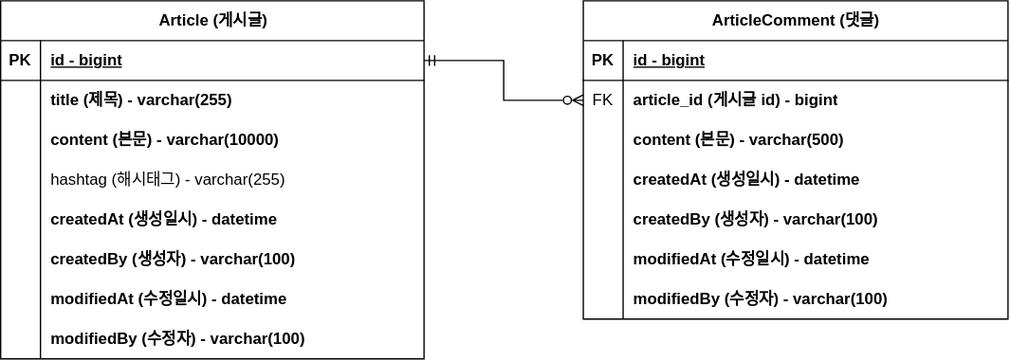
Before: document/project-board-erd.svg, a diagram exported from draw.io (peg5325/spring-board). Source tidied: cells renumbered, new cells last; positions are measured from the earlier drawing's top-left corner, leaving out a move shared by most shapes.
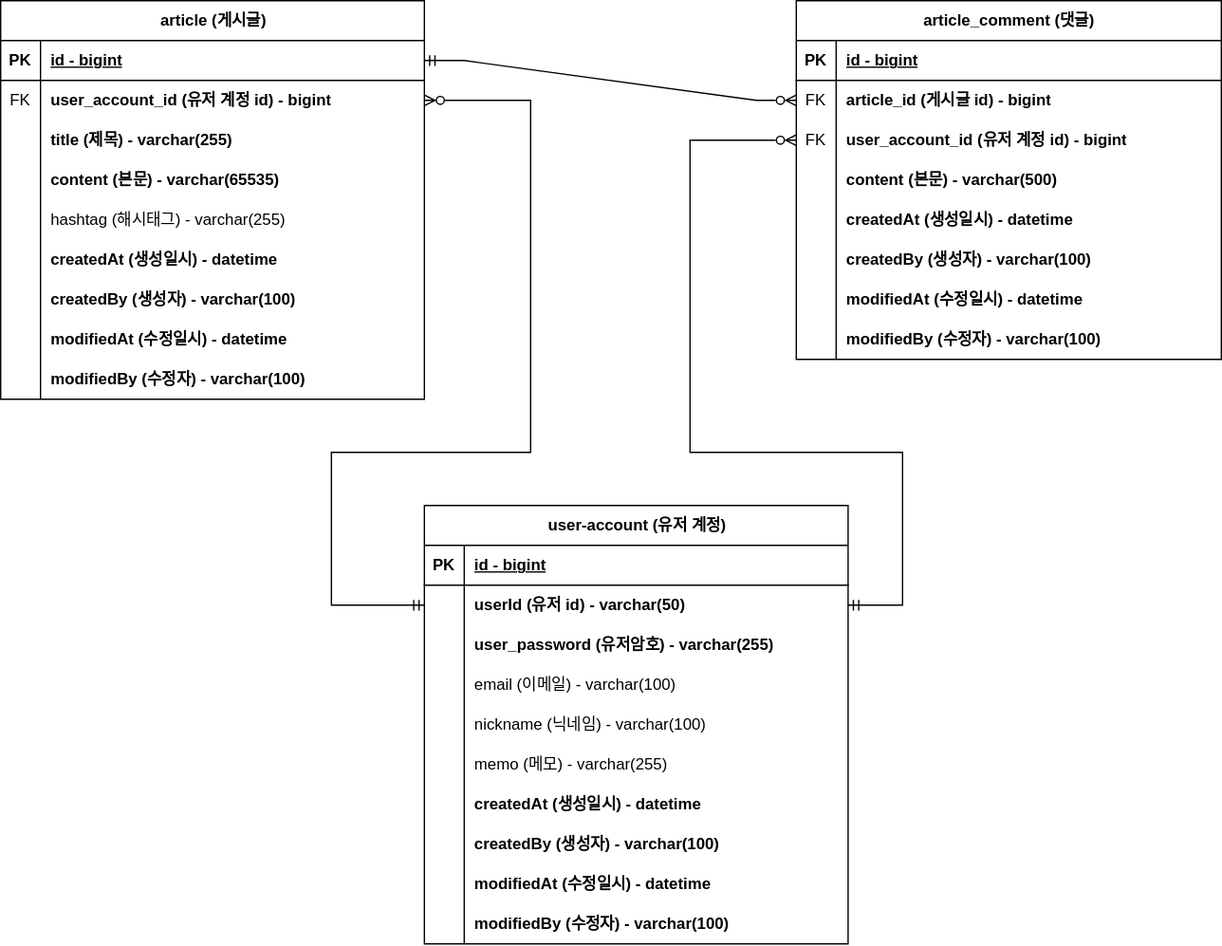
After the commit.

Commit message:
#17 - 회원 계정 도메인 구현 및 ERD 반영

Change to the diagram source:
```diff
@@ -4,4 +4,4 @@
     <mxCell id="1" parent="0" />
-    <mxCell id="2" value="Article (게시글)" style="shape=table;startSize=30;rowLines=0;fontStyle=1;align=center;html=1;" parent="1" vertex="1">
-      <mxGeometry width="319" height="270" as="geometry" />
+    <mxCell id="2" value="article (게시글)" style="shape=table;startSize=30;rowLines=0;fontStyle=1;align=center;html=1;" parent="1" vertex="1">
+      <mxGeometry width="319" height="300" as="geometry" />
     </mxCell>
@@ -19,10 +19,19 @@
     </mxCell>
-    <mxCell id="7" style="shape=partialRectangle;fillColor=none;top=0;left=0;bottom=0;right=0;overflow=hidden;whiteSpace=wrap;html=1;" parent="6" vertex="1">
+    <mxCell id="7" value="FK" style="shape=partialRectangle;fillColor=none;top=0;left=0;bottom=0;right=0;overflow=hidden;whiteSpace=wrap;html=1;" parent="6" vertex="1">
       <mxGeometry width="30" height="30" as="geometry" />
     </mxCell>
-    <mxCell id="8" value="title (제목) - varchar(255)" style="shape=partialRectangle;fillColor=none;top=0;left=0;bottom=0;right=0;align=left;spacingLeft=6;overflow=hidden;whiteSpace=wrap;html=1;fontStyle=1;" parent="6" vertex="1">
+    <mxCell id="8" value="user_account_id (유저 계정 id) - bigint" style="shape=partialRectangle;fillColor=none;top=0;left=0;bottom=0;right=0;align=left;spacingLeft=6;overflow=hidden;whiteSpace=wrap;html=1;fontStyle=1;" parent="6" vertex="1">
       <mxGeometry x="30" width="289" height="30" as="geometry" />
     </mxCell>
+    <mxCell id="50" style="shape=tableRow;horizontal=0;startSize=0;swimlaneHead=0;swimlaneBody=0;fillColor=none;top=0;left=0;right=0;bottom=0;" parent="2" vertex="1">
+      <mxGeometry y="90" width="319" height="30" as="geometry" />
+    </mxCell>
+    <mxCell id="51" style="shape=partialRectangle;fillColor=none;top=0;left=0;bottom=0;right=0;overflow=hidden;whiteSpace=wrap;html=1;" parent="50" vertex="1">
+      <mxGeometry width="30" height="30" as="geometry" />
+    </mxCell>
+    <mxCell id="52" value="title (제목) - varchar(255)" style="shape=partialRectangle;fillColor=none;top=0;left=0;bottom=0;right=0;align=left;spacingLeft=6;overflow=hidden;whiteSpace=wrap;html=1;fontStyle=1;" parent="50" vertex="1">
+      <mxGeometry x="30" width="289" height="30" as="geometry" />
+    </mxCell>
     <mxCell id="9" style="shape=tableRow;horizontal=0;startSize=0;swimlaneHead=0;swimlaneBody=0;fillColor=none;top=0;left=0;right=0;bottom=0;" parent="2" vertex="1">
-      <mxGeometry y="90" width="319" height="30" as="geometry" />
+      <mxGeometry y="120" width="319" height="30" as="geometry" />
     </mxCell>
@@ -31,3 +40,3 @@
     </mxCell>
-    <mxCell id="11" value="content (본문) - varchar(10000)" style="shape=partialRectangle;fillColor=none;top=0;left=0;bottom=0;right=0;align=left;spacingLeft=6;overflow=hidden;whiteSpace=wrap;html=1;fontStyle=1;" parent="9" vertex="1">
+    <mxCell id="11" value="content (본문) - varchar(65535)" style="shape=partialRectangle;fillColor=none;top=0;left=0;bottom=0;right=0;align=left;spacingLeft=6;overflow=hidden;whiteSpace=wrap;html=1;fontStyle=1;" parent="9" vertex="1">
       <mxGeometry x="30" width="289" height="30" as="geometry" />
@@ -35,3 +44,3 @@
     <mxCell id="12" style="shape=tableRow;horizontal=0;startSize=0;swimlaneHead=0;swimlaneBody=0;fillColor=none;top=0;left=0;right=0;bottom=0;" parent="2" vertex="1">
-      <mxGeometry y="120" width="319" height="30" as="geometry" />
+      <mxGeometry y="150" width="319" height="30" as="geometry" />
     </mxCell>
@@ -44,3 +53,3 @@
     <mxCell id="15" style="shape=tableRow;horizontal=0;startSize=0;swimlaneHead=0;swimlaneBody=0;fillColor=none;top=0;left=0;right=0;bottom=0;" parent="2" vertex="1">
-      <mxGeometry y="150" width="319" height="30" as="geometry" />
+      <mxGeometry y="180" width="319" height="30" as="geometry" />
     </mxCell>
@@ -53,3 +62,3 @@
     <mxCell id="18" style="shape=tableRow;horizontal=0;startSize=0;swimlaneHead=0;swimlaneBody=0;fillColor=none;top=0;left=0;right=0;bottom=0;" parent="2" vertex="1">
-      <mxGeometry y="180" width="319" height="30" as="geometry" />
+      <mxGeometry y="210" width="319" height="30" as="geometry" />
     </mxCell>
@@ -62,3 +71,3 @@
     <mxCell id="21" style="shape=tableRow;horizontal=0;startSize=0;swimlaneHead=0;swimlaneBody=0;fillColor=none;top=0;left=0;right=0;bottom=0;" parent="2" vertex="1">
-      <mxGeometry y="210" width="319" height="30" as="geometry" />
+      <mxGeometry y="240" width="319" height="30" as="geometry" />
     </mxCell>
@@ -71,3 +80,3 @@
     <mxCell id="24" style="shape=tableRow;horizontal=0;startSize=0;swimlaneHead=0;swimlaneBody=0;fillColor=none;top=0;left=0;right=0;bottom=0;" parent="2" vertex="1">
-      <mxGeometry y="240" width="319" height="30" as="geometry" />
+      <mxGeometry y="270" width="319" height="30" as="geometry" />
     </mxCell>
@@ -79,4 +88,4 @@
     </mxCell>
-    <mxCell id="27" value="ArticleComment (댓글)" style="shape=table;startSize=30;rowLines=0;fontStyle=1;align=center;html=1;" parent="1" vertex="1">
-      <mxGeometry x="439" width="320" height="240" as="geometry" />
+    <mxCell id="27" value="article_comment (댓글)" style="shape=table;startSize=30;rowLines=0;fontStyle=1;align=center;html=1;" parent="1" vertex="1">
+      <mxGeometry x="599" width="320" height="270" as="geometry" />
     </mxCell>
@@ -100,4 +109,13 @@
     </mxCell>
+    <mxCell id="53" style="shape=tableRow;horizontal=0;startSize=0;swimlaneHead=0;swimlaneBody=0;fillColor=none;points=[[0,0.5],[1,0.5]];portConstraint=eastwest;top=0;left=0;right=0;bottom=0;" parent="27" vertex="1">
+      <mxGeometry y="90" width="320" height="30" as="geometry" />
+    </mxCell>
+    <mxCell id="54" value="FK" style="shape=partialRectangle;fillColor=none;top=0;left=0;bottom=0;right=0;overflow=hidden;whiteSpace=wrap;html=1;" parent="53" vertex="1">
+      <mxGeometry width="30" height="30" as="geometry" />
+    </mxCell>
+    <mxCell id="55" value="user_account_id (유저 계정 id) - bigint" style="shape=partialRectangle;fillColor=none;top=0;left=0;bottom=0;right=0;align=left;spacingLeft=6;overflow=hidden;whiteSpace=wrap;html=1;fontStyle=1;" parent="53" vertex="1">
+      <mxGeometry x="30" width="290" height="30" as="geometry" />
+    </mxCell>
     <mxCell id="34" style="shape=tableRow;horizontal=0;startSize=0;swimlaneHead=0;swimlaneBody=0;fillColor=none;top=0;left=0;right=0;bottom=0;" parent="27" vertex="1">
-      <mxGeometry y="90" width="320" height="30" as="geometry" />
+      <mxGeometry y="120" width="320" height="30" as="geometry" />
     </mxCell>
@@ -110,3 +128,3 @@
     <mxCell id="37" style="shape=tableRow;horizontal=0;startSize=0;swimlaneHead=0;swimlaneBody=0;fillColor=none;top=0;left=0;right=0;bottom=0;" parent="27" vertex="1">
-      <mxGeometry y="120" width="320" height="30" as="geometry" />
+      <mxGeometry y="150" width="320" height="30" as="geometry" />
     </mxCell>
@@ -119,3 +137,3 @@
     <mxCell id="40" style="shape=tableRow;horizontal=0;startSize=0;swimlaneHead=0;swimlaneBody=0;fillColor=none;top=0;left=0;right=0;bottom=0;" parent="27" vertex="1">
-      <mxGeometry y="150" width="320" height="30" as="geometry" />
+      <mxGeometry y="180" width="320" height="30" as="geometry" />
     </mxCell>
@@ -128,3 +146,3 @@
     <mxCell id="43" style="shape=tableRow;horizontal=0;startSize=0;swimlaneHead=0;swimlaneBody=0;fillColor=none;top=0;left=0;right=0;bottom=0;" parent="27" vertex="1">
-      <mxGeometry y="180" width="320" height="30" as="geometry" />
+      <mxGeometry y="210" width="320" height="30" as="geometry" />
     </mxCell>
@@ -137,3 +155,3 @@
     <mxCell id="46" style="shape=tableRow;horizontal=0;startSize=0;swimlaneHead=0;swimlaneBody=0;fillColor=none;top=0;left=0;right=0;bottom=0;" parent="27" vertex="1">
-      <mxGeometry y="210" width="320" height="30" as="geometry" />
+      <mxGeometry y="240" width="320" height="30" as="geometry" />
     </mxCell>
@@ -145,5 +163,118 @@
     </mxCell>
-    <mxCell id="49" style="edgeStyle=orthogonalEdgeStyle;rounded=0;jettySize=auto;html=1;exitX=1;exitY=0.5;exitDx=0;exitDy=0;entryX=0;entryY=0.5;entryDx=0;entryDy=0;endArrow=ERzeroToMany;endFill=0;startArrow=ERmandOne;startFill=0;" parent="1" edge="1" source="3" target="31">
+    <mxCell id="49" style="rounded=0;jettySize=auto;html=1;exitX=1;exitY=0.5;exitDx=0;exitDy=0;entryX=0;entryY=0.5;entryDx=0;entryDy=0;endArrow=ERzeroToMany;endFill=0;startArrow=ERmandOne;startFill=0;edgeStyle=entityRelationEdgeStyle;elbow=vertical;" parent="1" edge="1" source="3" target="31">
       <mxGeometry relative="1" as="geometry" />
     </mxCell>
+    <mxCell id="56" value="user-account (유저 계정)" style="shape=table;startSize=30;rowLines=0;fontStyle=1;align=center;html=1;" parent="1" vertex="1">
+      <mxGeometry x="319" y="380" width="319" height="330" as="geometry" />
+    </mxCell>
+    <mxCell id="57" style="shape=tableRow;horizontal=0;startSize=0;swimlaneHead=0;swimlaneBody=0;fillColor=none;top=0;left=0;right=0;bottom=1;" parent="56" vertex="1">
+      <mxGeometry y="30" width="319" height="30" as="geometry" />
+    </mxCell>
+    <mxCell id="58" value="PK" style="shape=partialRectangle;fillColor=none;top=0;left=0;bottom=0;right=0;fontStyle=1;overflow=hidden;whiteSpace=wrap;html=1;" parent="57" vertex="1">
+      <mxGeometry width="30" height="30" as="geometry" />
+    </mxCell>
+    <mxCell id="59" value="id - bigint" style="shape=partialRectangle;fillColor=none;top=0;left=0;bottom=0;right=0;align=left;spacingLeft=6;fontStyle=5;overflow=hidden;whiteSpace=wrap;html=1;" parent="57" vertex="1">
+      <mxGeometry x="30" width="289" height="30" as="geometry" />
+    </mxCell>
+    <mxCell id="60" style="shape=tableRow;horizontal=0;startSize=0;swimlaneHead=0;swimlaneBody=0;fillColor=none;points=[[0,0.5],[1,0.5]];portConstraint=eastwest;top=0;left=0;right=0;bottom=0;" parent="56" vertex="1">
+      <mxGeometry y="60" width="319" height="30" as="geometry" />
+    </mxCell>
+    <mxCell id="61" style="shape=partialRectangle;fillColor=none;top=0;left=0;bottom=0;right=0;overflow=hidden;whiteSpace=wrap;html=1;" parent="60" vertex="1">
+      <mxGeometry width="30" height="30" as="geometry" />
+    </mxCell>
+    <mxCell id="62" value="userId (유저 id) - varchar(50)" style="shape=partialRectangle;fillColor=none;top=0;left=0;bottom=0;right=0;align=left;spacingLeft=6;overflow=hidden;whiteSpace=wrap;html=1;fontStyle=1;" parent="60" vertex="1">
+      <mxGeometry x="30" width="289" height="30" as="geometry" />
+    </mxCell>
+    <mxCell id="63" style="shape=tableRow;horizontal=0;startSize=0;swimlaneHead=0;swimlaneBody=0;fillColor=none;top=0;left=0;right=0;bottom=0;" parent="56" vertex="1">
+      <mxGeometry y="90" width="319" height="30" as="geometry" />
+    </mxCell>
+    <mxCell id="64" style="shape=partialRectangle;fillColor=none;top=0;left=0;bottom=0;right=0;overflow=hidden;whiteSpace=wrap;html=1;" parent="63" vertex="1">
+      <mxGeometry width="30" height="30" as="geometry" />
+    </mxCell>
+    <mxCell id="65" value="user_password (유저암호) - varchar(255)" style="shape=partialRectangle;fillColor=none;top=0;left=0;bottom=0;right=0;align=left;spacingLeft=6;overflow=hidden;whiteSpace=wrap;html=1;fontStyle=1;" parent="63" vertex="1">
+      <mxGeometry x="30" width="289" height="30" as="geometry" />
+    </mxCell>
+    <mxCell id="66" style="shape=tableRow;horizontal=0;startSize=0;swimlaneHead=0;swimlaneBody=0;fillColor=none;top=0;left=0;right=0;bottom=0;" parent="56" vertex="1">
+      <mxGeometry y="120" width="319" height="30" as="geometry" />
+    </mxCell>
+    <mxCell id="67" style="shape=partialRectangle;fillColor=none;top=0;left=0;bottom=0;right=0;overflow=hidden;whiteSpace=wrap;html=1;" parent="66" vertex="1">
+      <mxGeometry width="30" height="30" as="geometry" />
+    </mxCell>
+    <mxCell id="68" value="email (이메일) - varchar(100)" style="shape=partialRectangle;fillColor=none;top=0;left=0;bottom=0;right=0;align=left;spacingLeft=6;overflow=hidden;whiteSpace=wrap;html=1;" parent="66" vertex="1">
+      <mxGeometry x="30" width="289" height="30" as="geometry" />
+    </mxCell>
+    <mxCell id="69" style="shape=tableRow;horizontal=0;startSize=0;swimlaneHead=0;swimlaneBody=0;fillColor=none;top=0;left=0;right=0;bottom=0;" parent="56" vertex="1">
+      <mxGeometry y="150" width="319" height="30" as="geometry" />
+    </mxCell>
+    <mxCell id="70" style="shape=partialRectangle;fillColor=none;top=0;left=0;bottom=0;right=0;overflow=hidden;whiteSpace=wrap;html=1;" parent="69" vertex="1">
+      <mxGeometry width="30" height="30" as="geometry" />
+    </mxCell>
+    <mxCell id="71" value="nickname (닉네임) - varchar(100)" style="shape=partialRectangle;fillColor=none;top=0;left=0;bottom=0;right=0;align=left;spacingLeft=6;overflow=hidden;whiteSpace=wrap;html=1;" parent="69" vertex="1">
+      <mxGeometry x="30" width="289" height="30" as="geometry" />
+    </mxCell>
+    <mxCell id="72" style="shape=tableRow;horizontal=0;startSize=0;swimlaneHead=0;swimlaneBody=0;fillColor=none;top=0;left=0;right=0;bottom=0;" parent="56" vertex="1">
+      <mxGeometry y="180" width="319" height="30" as="geometry" />
+    </mxCell>
+    <mxCell id="73" style="shape=partialRectangle;fillColor=none;top=0;left=0;bottom=0;right=0;overflow=hidden;whiteSpace=wrap;html=1;" parent="72" vertex="1">
+      <mxGeometry width="30" height="30" as="geometry" />
+    </mxCell>
+    <mxCell id="74" value="memo (메모) - varchar(255)" style="shape=partialRectangle;fillColor=none;top=0;left=0;bottom=0;right=0;align=left;spacingLeft=6;overflow=hidden;whiteSpace=wrap;html=1;" parent="72" vertex="1">
+      <mxGeometry x="30" width="289" height="30" as="geometry" />
+    </mxCell>
+    <mxCell id="75" style="shape=tableRow;horizontal=0;startSize=0;swimlaneHead=0;swimlaneBody=0;fillColor=none;top=0;left=0;right=0;bottom=0;" parent="56" vertex="1">
+      <mxGeometry y="210" width="319" height="30" as="geometry" />
+    </mxCell>
+    <mxCell id="76" style="shape=partialRectangle;fillColor=none;top=0;left=0;bottom=0;right=0;overflow=hidden;whiteSpace=wrap;html=1;" parent="75" vertex="1">
+      <mxGeometry width="30" height="30" as="geometry" />
+    </mxCell>
+    <mxCell id="77" value="createdAt (생성일시) - datetime" style="shape=partialRectangle;fillColor=none;top=0;left=0;bottom=0;right=0;align=left;spacingLeft=6;overflow=hidden;whiteSpace=wrap;html=1;fontStyle=1;" parent="75" vertex="1">
+      <mxGeometry x="30" width="289" height="30" as="geometry" />
+    </mxCell>
+    <mxCell id="78" style="shape=tableRow;horizontal=0;startSize=0;swimlaneHead=0;swimlaneBody=0;fillColor=none;top=0;left=0;right=0;bottom=0;" parent="56" vertex="1">
+      <mxGeometry y="240" width="319" height="30" as="geometry" />
+    </mxCell>
+    <mxCell id="79" style="shape=partialRectangle;fillColor=none;top=0;left=0;bottom=0;right=0;overflow=hidden;whiteSpace=wrap;html=1;" parent="78" vertex="1">
+      <mxGeometry width="30" height="30" as="geometry" />
+    </mxCell>
+    <mxCell id="80" value="createdBy (생성자) - varchar(100)" style="shape=partialRectangle;fillColor=none;top=0;left=0;bottom=0;right=0;align=left;spacingLeft=6;overflow=hidden;whiteSpace=wrap;html=1;fontStyle=1;" parent="78" vertex="1">
+      <mxGeometry x="30" width="289" height="30" as="geometry" />
+    </mxCell>
+    <mxCell id="81" style="shape=tableRow;horizontal=0;startSize=0;swimlaneHead=0;swimlaneBody=0;fillColor=none;top=0;left=0;right=0;bottom=0;" parent="56" vertex="1">
+      <mxGeometry y="270" width="319" height="30" as="geometry" />
+    </mxCell>
+    <mxCell id="82" style="shape=partialRectangle;fillColor=none;top=0;left=0;bottom=0;right=0;overflow=hidden;whiteSpace=wrap;html=1;" parent="81" vertex="1">
+      <mxGeometry width="30" height="30" as="geometry" />
+    </mxCell>
+    <mxCell id="83" value="modifiedAt (수정일시) - datetime" style="shape=partialRectangle;fillColor=none;top=0;left=0;bottom=0;right=0;align=left;spacingLeft=6;overflow=hidden;whiteSpace=wrap;html=1;fontStyle=1;" parent="81" vertex="1">
+      <mxGeometry x="30" width="289" height="30" as="geometry" />
+    </mxCell>
+    <mxCell id="84" style="shape=tableRow;horizontal=0;startSize=0;swimlaneHead=0;swimlaneBody=0;fillColor=none;top=0;left=0;right=0;bottom=0;" parent="56" vertex="1">
+      <mxGeometry y="300" width="319" height="30" as="geometry" />
+    </mxCell>
+    <mxCell id="85" style="shape=partialRectangle;fillColor=none;top=0;left=0;bottom=0;right=0;overflow=hidden;whiteSpace=wrap;html=1;" parent="84" vertex="1">
+      <mxGeometry width="30" height="30" as="geometry" />
+    </mxCell>
+    <mxCell id="86" value="modifiedBy (수정자) - varchar(100)" style="shape=partialRectangle;fillColor=none;top=0;left=0;bottom=0;right=0;align=left;spacingLeft=6;overflow=hidden;whiteSpace=wrap;html=1;fontStyle=1;" parent="84" vertex="1">
+      <mxGeometry x="30" width="289" height="30" as="geometry" />
+    </mxCell>
+    <mxCell id="87" style="edgeStyle=orthogonalEdgeStyle;rounded=0;jettySize=auto;html=1;exitX=0;exitY=0.5;exitDx=0;exitDy=0;entryX=1;entryY=0.5;entryDx=0;entryDy=0;startArrow=ERmandOne;startFill=0;endArrow=ERzeroToMany;endFill=0;" parent="1" edge="1" source="60" target="6">
+      <mxGeometry relative="1" as="geometry">
+        <Array as="points">
+          <mxPoint x="249" y="455" />
+          <mxPoint x="249" y="340" />
+          <mxPoint x="399" y="340" />
+          <mxPoint x="399" y="75" />
+        </Array>
+      </mxGeometry>
+    </mxCell>
+    <mxCell id="88" style="edgeStyle=orthogonalEdgeStyle;rounded=0;jettySize=auto;html=1;exitX=1;exitY=0.5;exitDx=0;exitDy=0;entryX=0;entryY=0.5;entryDx=0;entryDy=0;startArrow=ERmandOne;startFill=0;endArrow=ERzeroToMany;endFill=0;" parent="1" edge="1" source="60" target="53">
+      <mxGeometry relative="1" as="geometry">
+        <Array as="points">
+          <mxPoint x="679" y="455" />
+          <mxPoint x="679" y="340" />
+          <mxPoint x="519" y="340" />
+          <mxPoint x="519" y="105" />
+        </Array>
+      </mxGeometry>
+    </mxCell>
   </root>
```
